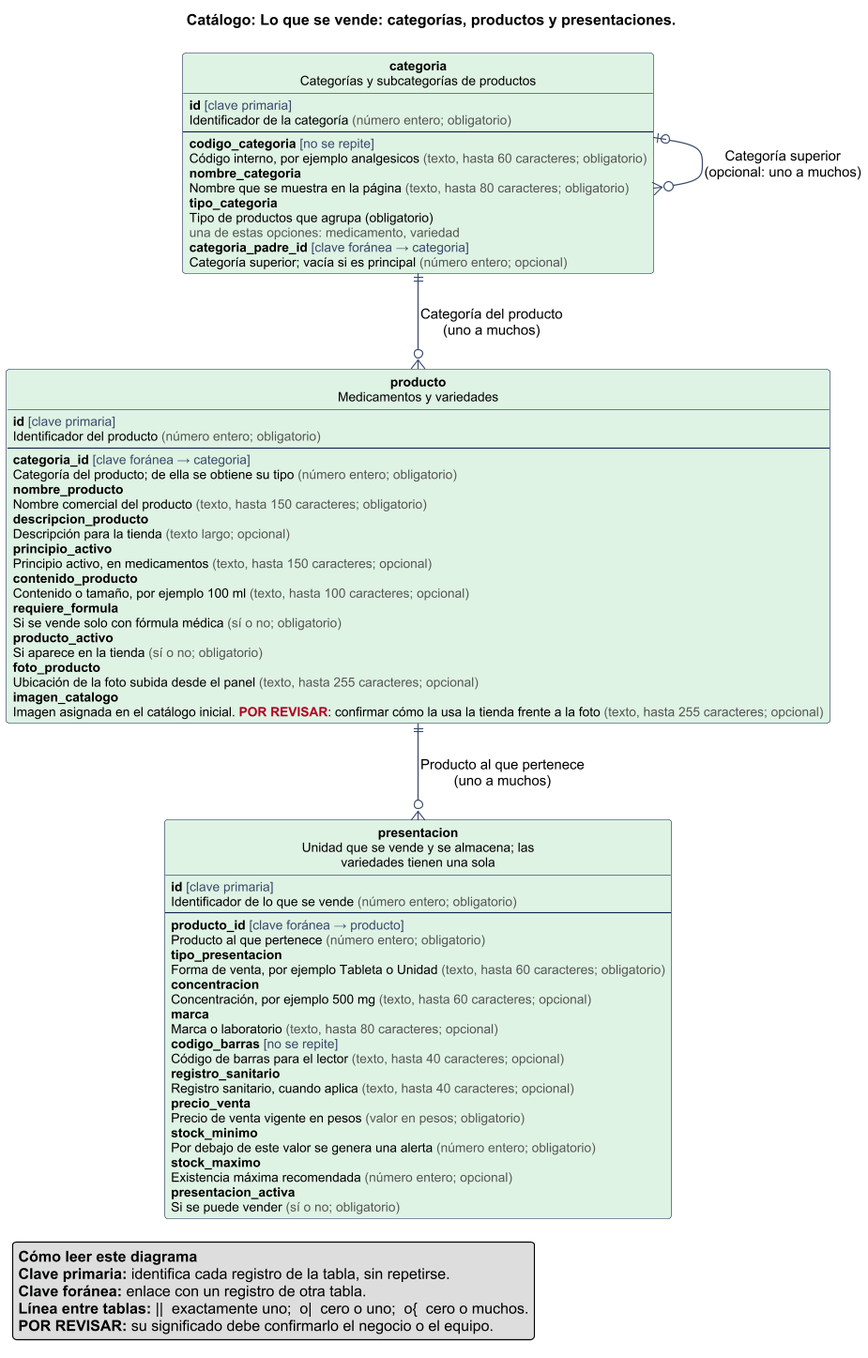
The PlantUML diagram docs/base-de-datos/diagramas/modulo-catalogo.png in jhean1/DrogueriaYvariedadesLosTresHermanos, before a commit.
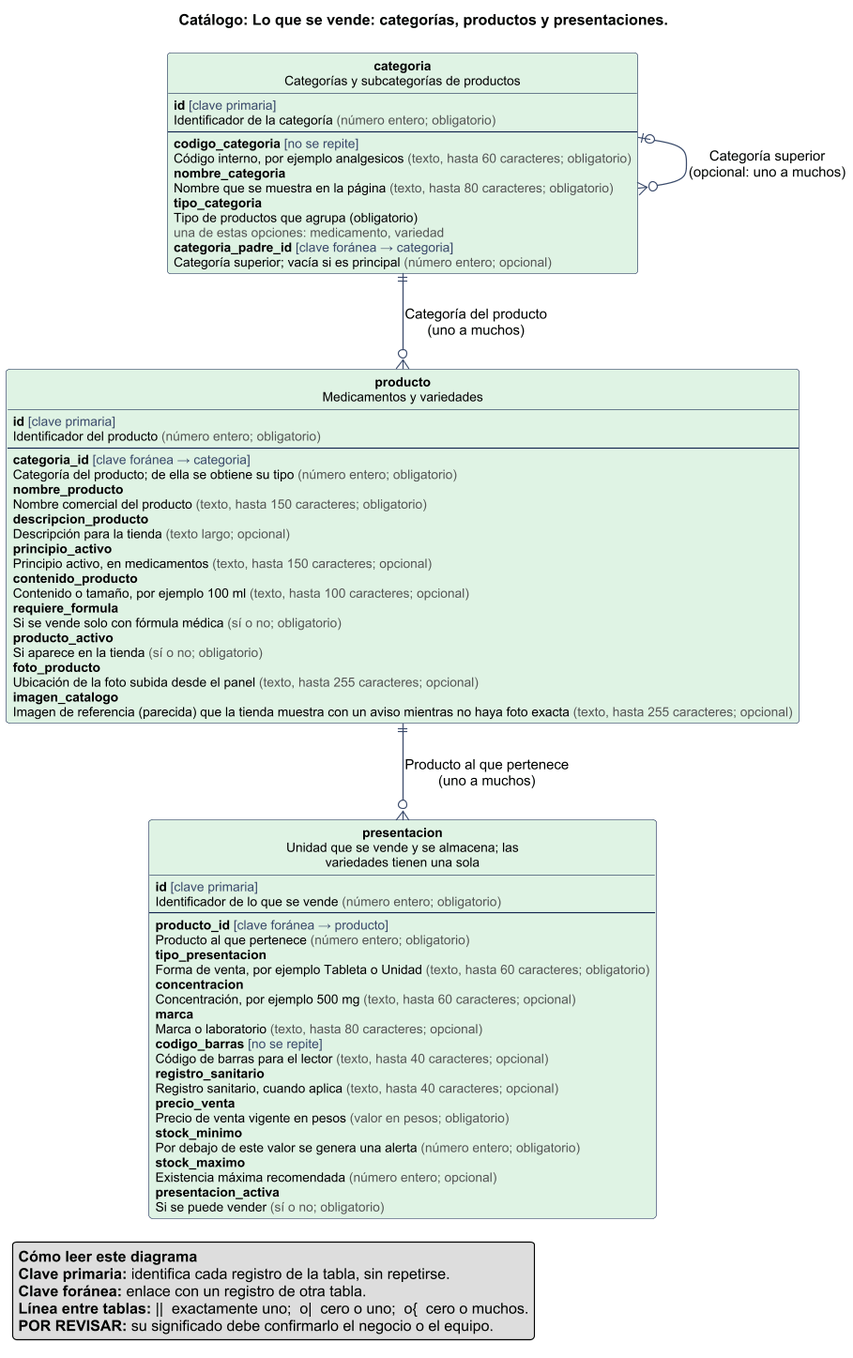
After the commit.

Diff of the diagram source:
```diff
@@ -59,7 +59,7 @@
   {field} **foto_producto**
   {field} Ubicación de la foto subida desde el panel <color:#555555>(texto, hasta 255 caracteres; opcional)</color>
   {field} **imagen_catalogo**
-  {field} Imagen asignada en el catálogo inicial. <color:#B00020>**POR REVISAR**</color>: confirmar cómo la usa la tienda frente a la foto <color:#555555>(texto, hasta 255 caracteres; opcional)</color>
+  {field} Imagen de referencia (parecida) que la tienda muestra con un aviso mientras no haya foto exacta <color:#555555>(texto, hasta 255 caracteres; opcional)</color>
 }
 entity "**presentacion**\nUnidad que se vende y se almacena; las\nvariedades tienen una sola" as presentacion #DFF3E4 {
   {field} **id** <color:#3A4A6B>[clave primaria]</color>
```
